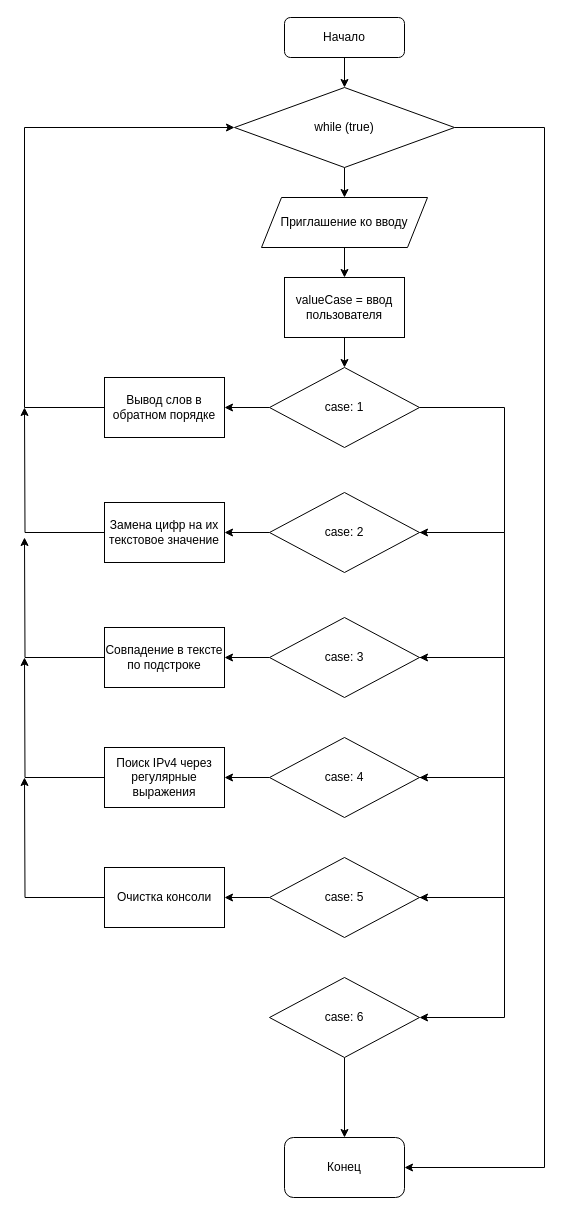
This is page "Основное тело программы" (5 of 5) of Лаба 6/6 лаба.drawio from Odzii/Csharp_labs, a draw.io file, before an edit. Source tidied: cells renumbered, new cells numbered last; positions are measured from the earlier drawing's top-left corner, leaving out a move shared by most shapes. Both pictures are drawn from the tidied source at 100%, with x=0, y=0 at pixel (24, 17).
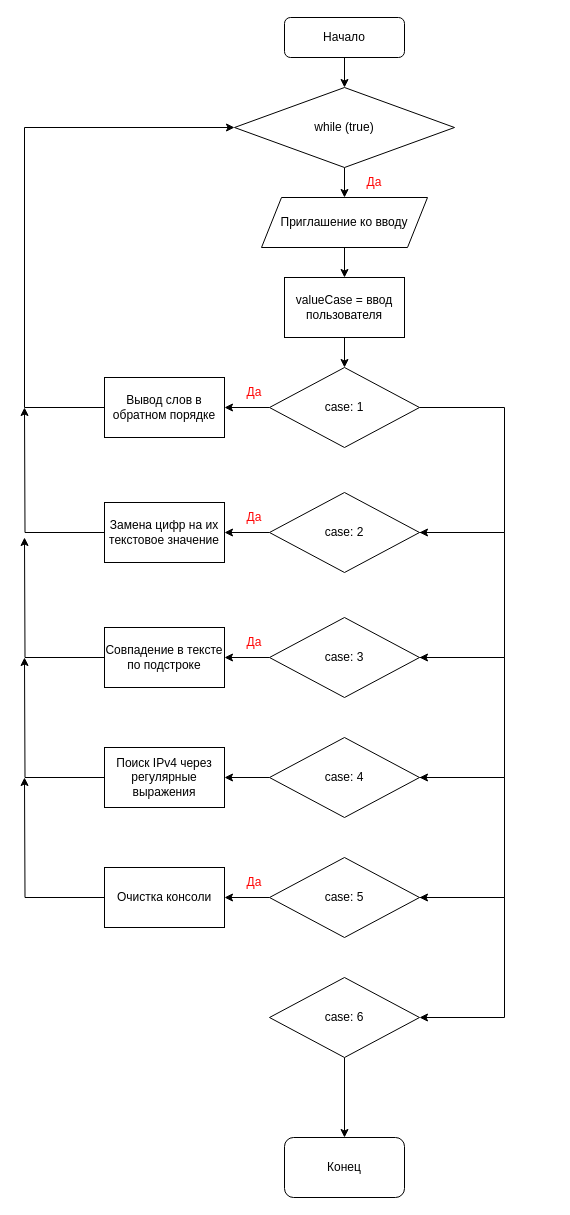
Above is the later version.

The change refers to these unchanged cells:
```xml
<mxCell id="8" value="while (true)" style="rhombus;whiteSpace=wrap;html=1;" parent="1" vertex="1">
  <mxGeometry x="210" y="70" width="220" height="80" as="geometry" />
</mxCell>
<mxCell id="28" value="Конец" style="rounded=1;whiteSpace=wrap;html=1;" parent="1" vertex="1">
  <mxGeometry x="260" y="1120" width="120" height="60" as="geometry" />
</mxCell>
```

What changed in the source:
```diff
@@
-    <mxCell id="7" style="edgeStyle=orthogonalEdgeStyle;rounded=0;jettySize=auto;html=1;entryX=1;entryY=0.5;entryDx=0;entryDy=0;" parent="1" edge="1" source="8" target="28">
-      <mxGeometry relative="1" as="geometry">
-        <Array as="points">
-          <mxPoint x="520" y="110" />
-          <mxPoint x="520" y="1150" />
-        </Array>
-      </mxGeometry>
-    </mxCell>
@@
+    <mxCell id="39" value="&lt;font style=&quot;color: rgb(255, 6, 6);&quot;&gt;Да&lt;/font&gt;" style="text;html=1;align=center;verticalAlign=middle;whiteSpace=wrap;rounded=0;" parent="1" vertex="1">
+      <mxGeometry x="200" y="360" width="60" height="30" as="geometry" />
+    </mxCell>
+    <mxCell id="40" value="&lt;font style=&quot;color: rgb(255, 6, 6);&quot;&gt;Да&lt;/font&gt;" style="text;html=1;align=center;verticalAlign=middle;whiteSpace=wrap;rounded=0;" parent="1" vertex="1">
+      <mxGeometry x="200" y="485" width="60" height="30" as="geometry" />
+    </mxCell>
+    <mxCell id="41" value="&lt;font style=&quot;color: rgb(255, 6, 6);&quot;&gt;Да&lt;/font&gt;" style="text;html=1;align=center;verticalAlign=middle;whiteSpace=wrap;rounded=0;" parent="1" vertex="1">
+      <mxGeometry x="200" y="610" width="60" height="30" as="geometry" />
+    </mxCell>
+    <mxCell id="42" value="&lt;font style=&quot;color: rgb(255, 6, 6);&quot;&gt;Да&lt;/font&gt;" style="text;html=1;align=center;verticalAlign=middle;whiteSpace=wrap;rounded=0;" parent="1" vertex="1">
+      <mxGeometry x="200" y="850" width="60" height="30" as="geometry" />
+    </mxCell>
+    <mxCell id="43" value="&lt;font style=&quot;color: rgb(255, 6, 6);&quot;&gt;Да&lt;/font&gt;" style="text;html=1;align=center;verticalAlign=middle;whiteSpace=wrap;rounded=0;" parent="1" vertex="1">
+      <mxGeometry x="320" y="150" width="60" height="30" as="geometry" />
+    </mxCell>
```
